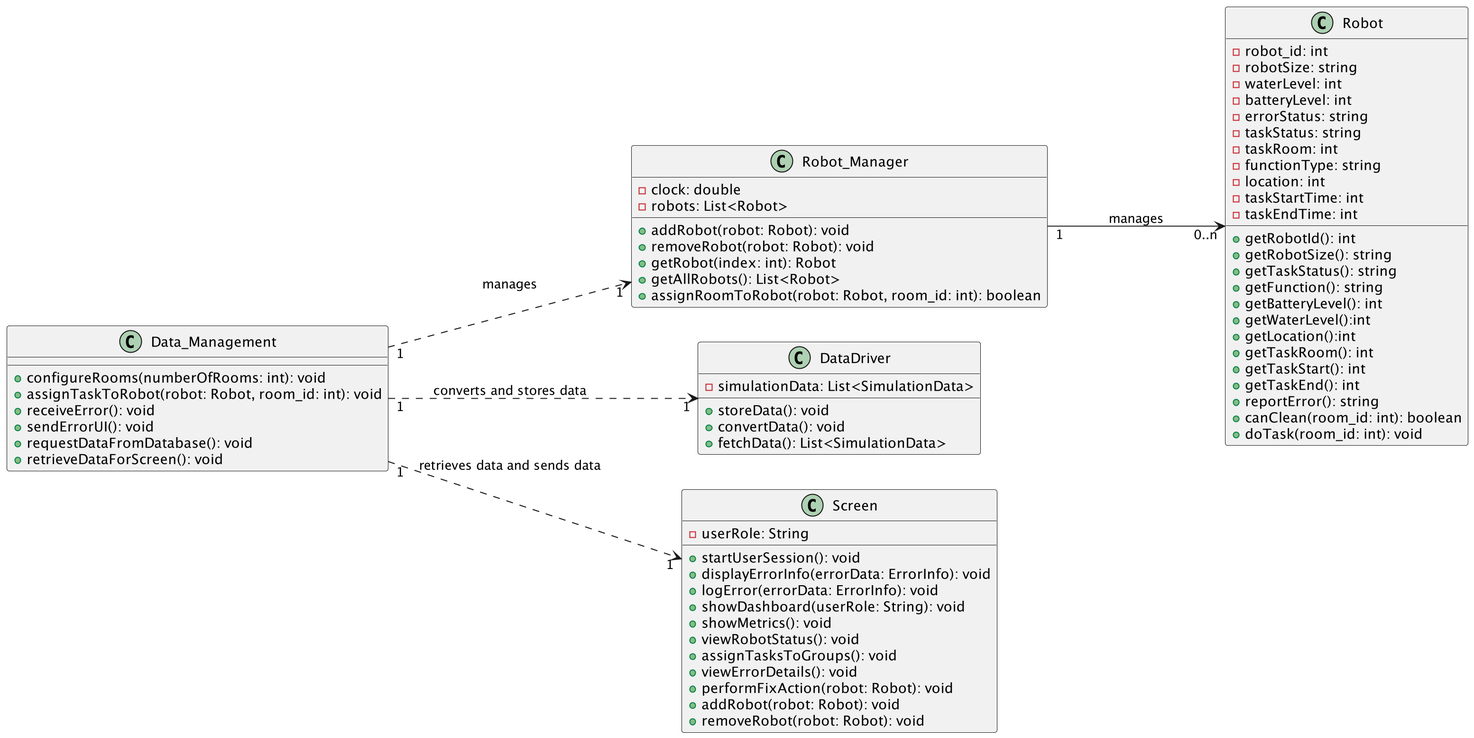
Before: docs/design/classDiagram/ClassDiagram.png, a diagram exported from PlantUML (ur-swe-fa24/main-project-scrum-heads).
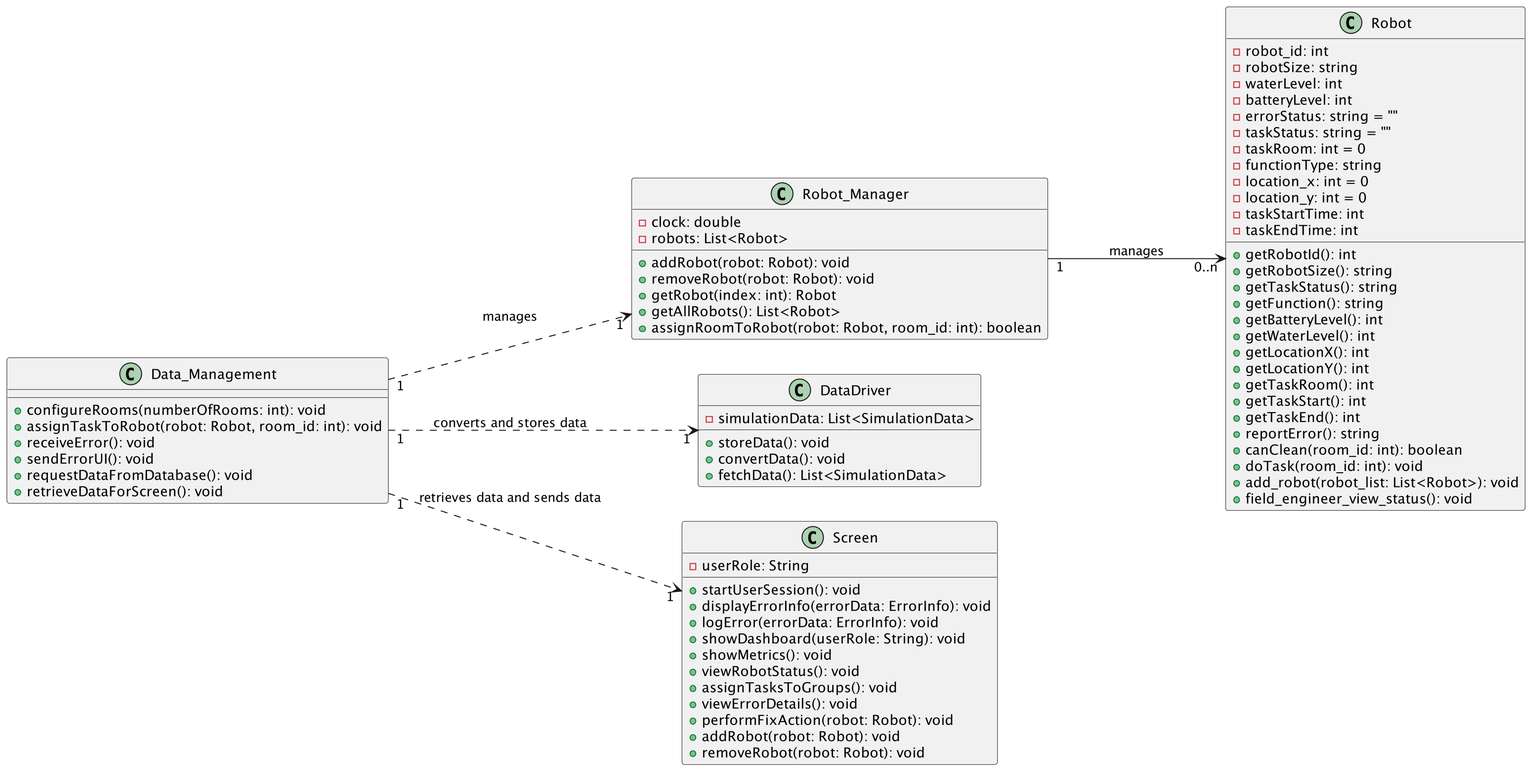
Above is the later version.

Commit message:
finished updating class diagram

The edit, as a diff of the source:
```diff
@@ -8,11 +8,12 @@
     -robotSize: string
     -waterLevel: int
     -batteryLevel: int
-    -errorStatus: string
-    -taskStatus: string
-    -taskRoom: int
+    -errorStatus: string = ""
+    -taskStatus: string = ""
+    -taskRoom: int = 0
     -functionType: string
-    -location: int
+    -location_x: int = 0
+    -location_y: int = 0
     -taskStartTime: int
     -taskEndTime: int
     +getRobotId(): int
@@ -20,14 +21,17 @@
     +getTaskStatus(): string
     +getFunction(): string
     +getBatteryLevel(): int
-    +getWaterLevel():int
-    +getLocation():int
+    +getWaterLevel(): int
+    +getLocationX(): int
+    +getLocationY(): int
     +getTaskRoom(): int
     +getTaskStart(): int
     +getTaskEnd(): int
     +reportError(): string
     +canClean(room_id: int): boolean
     +doTask(room_id: int): void
+    +add_robot(robot_list: List<Robot>): void
+    +field_engineer_view_status(): void
 }
 
 class Robot_Manager {
```
